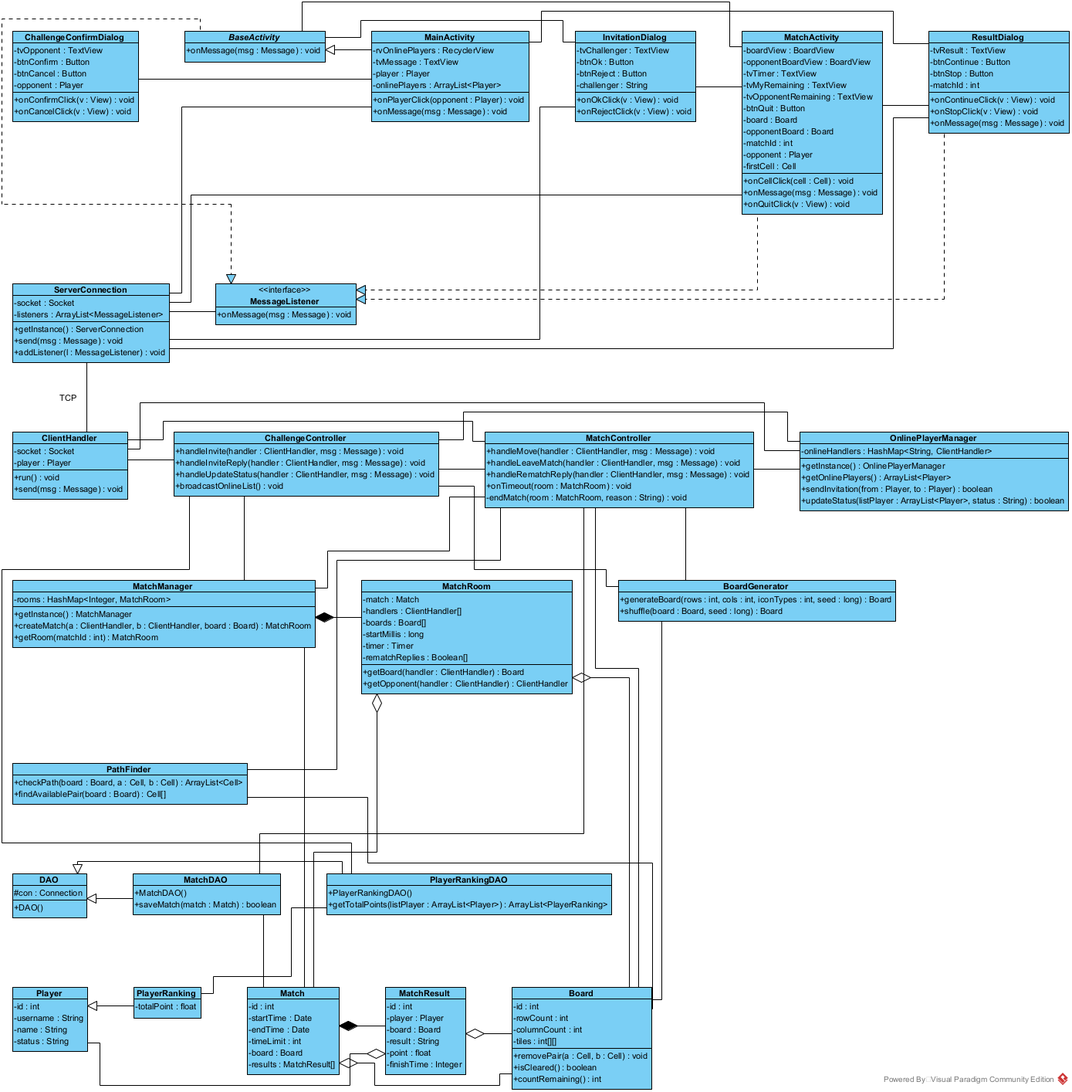
Before: docs/vp/png/class-design-m4.png, a diagram exported from PlantUML (VattenL/mobile-pikachu). Its source is kept beside it as docs/uml/pha3/class-design-m4.puml. The source it was exported from:
```plantuml
@startuml class-design-m4
title Biểu đồ lớp thiết kế - Modul Play Online Match

hide circle
hide empty members
skinparam shadowing false
skinparam linetype ortho
skinparam nodesep 30
skinparam ranksep 55
skinparam classFontSize 13
skinparam classAttributeFontSize 11
skinparam class {
  BorderColor #4A4A4A
  ArrowColor #4A4A4A
  FontColor #1A1A1A
}

class ChallengeConfirmDialog #E3F2FD {
  - tvOpponent : TextView
  - btnConfirm : Button
  - btnCancel : Button
  - opponent : Player
  + onConfirmClick(v : View) : void
  + onCancelClick(v : View) : void
}

abstract class BaseActivity #E3F2FD {
  + onMessage(msg : Message) : void
}

class MainActivity #E3F2FD {
  - rvOnlinePlayers : RecyclerView
  - tvMessage : TextView
  - player : Player
  - onlinePlayers : ArrayList<Player>
  + onPlayerClick(opponent : Player) : void
  + onMessage(msg : Message) : void
}

class InvitationDialog #E3F2FD {
  - tvChallenger : TextView
  - btnOk : Button
  - btnReject : Button
  - challenger : String
  + onOkClick(v : View) : void
  + onRejectClick(v : View) : void
}

class MatchActivity #E3F2FD {
  - boardView : BoardView
  - opponentBoardView : BoardView
  - tvTimer : TextView
  - tvMyRemaining : TextView
  - tvOpponentRemaining : TextView
  - btnQuit : Button
  - board : Board
  - opponentBoard : Board
  - matchId : int
  - opponent : Player
  - firstCell : Cell
  + onCellClick(cell : Cell) : void
  + onMessage(msg : Message) : void
  + onQuitClick(v : View) : void
}

class ResultDialog #E3F2FD {
  - tvResult : TextView
  - btnContinue : Button
  - btnStop : Button
  - matchId : int
  + onContinueClick(v : View) : void
  + onStopClick(v : View) : void
  + onMessage(msg : Message) : void
}

class ServerConnection #EDE7F6 {
  - socket : Socket
  - listeners : ArrayList<MessageListener>
  + getInstance() : ServerConnection
  + send(msg : Message) : void
  + addListener(l : MessageListener) : void
}

interface MessageListener #EDE7F6 {
  + onMessage(msg : Message) : void
}

class ClientHandler #E8F5E9 {
  - socket : Socket
  - player : Player
  + run() : void
  + send(msg : Message) : void
}

class ChallengeController #E8F5E9 {
  + handleInvite(handler : ClientHandler, msg : Message) : void
  + handleInviteReply(handler : ClientHandler, msg : Message) : void
  + handleUpdateStatus(handler : ClientHandler, msg : Message) : void
  + broadcastOnlineList() : void
}

class MatchController #E8F5E9 {
  + handleMove(handler : ClientHandler, msg : Message) : void
  + handleLeaveMatch(handler : ClientHandler, msg : Message) : void
  + handleRematchReply(handler : ClientHandler, msg : Message) : void
  + onTimeout(room : MatchRoom) : void
  - endMatch(room : MatchRoom, reason : String) : void
}

class OnlinePlayerManager #E8F5E9 {
  - onlineHandlers : HashMap<String, ClientHandler>
  + getInstance() : OnlinePlayerManager
  + getOnlinePlayers() : ArrayList<Player>
  + sendInvitation(from : Player, to : Player) : boolean
  + updateStatus(listPlayer : ArrayList<Player>, status : String) : boolean
}

class MatchManager #E8F5E9 {
  - rooms : HashMap<Integer, MatchRoom>
  + getInstance() : MatchManager
  + createMatch(a : ClientHandler, b : ClientHandler, board : Board) : MatchRoom
  + getRoom(matchId : int) : MatchRoom
}

class MatchRoom #E8F5E9 {
  - match : Match
  - handlers : ClientHandler[]
  - boards : Board[]
  - startMillis : long
  - timer : Timer
  - rematchReplies : Boolean[]
  + getBoard(handler : ClientHandler) : Board
  + getOpponent(handler : ClientHandler) : ClientHandler
}

class BoardGenerator #E8F5E9 {
  + generateBoard(rows : int, cols : int, iconTypes : int, seed : long) : Board
  + shuffle(board : Board, seed : long) : Board
}

class PathFinder #E8F5E9 {
  + checkPath(board : Board, a : Cell, b : Cell) : ArrayList<Cell>
  + findAvailablePair(board : Board) : Cell[]
}

class DAO #FFF8E1 {
  # con : Connection
  + DAO()
}

class MatchDAO #FFF8E1 {
  + MatchDAO()
  + saveMatch(match : Match) : boolean
}

class PlayerRankingDAO #FFF8E1 {
  + PlayerRankingDAO()
  + getTotalPoints(listPlayer : ArrayList<Player>) : ArrayList<PlayerRanking>
}

class Player #FFF3E0 {
  - id : int
  - username : String
  - name : String
  - status : String
}

class PlayerRanking #FFF3E0 {
  - totalPoint : float
}

class Match #FFF3E0 {
  - id : int
  - startTime : Date
  - endTime : Date
  - timeLimit : int
  - board : Board
  - results : MatchResult[]
}

class MatchResult #FFF3E0 {
  - id : int
  - player : Player
  - board : Board
  - result : String
  - point : float
  - finishTime : Integer
}

class Board #FFF3E0 {
  - id : int
  - rowCount : int
  - columnCount : int
  - tiles : int[][]
  + removePair(a : Cell, b : Cell) : void
  + isCleared() : boolean
  + countRemaining() : int
}

MainActivity -left- ChallengeConfirmDialog
BaseActivity -right- InvitationDialog
InvitationDialog -right- MatchActivity
MatchActivity -right- ResultDialog
ResultDialog -[norank]- MainActivity
MainActivity -up-|> BaseActivity
BaseActivity ..|> MessageListener
MatchActivity ..|> MessageListener
ResultDialog ..|> MessageListener
BaseActivity -[norank]- MatchActivity

MainActivity -down- ServerConnection
InvitationDialog -down- ServerConnection
MatchActivity -down- ServerConnection
ResultDialog -down- ServerConnection
ServerConnection -right- MessageListener

ServerConnection -down- ClientHandler : TCP
ClientHandler -down- ChallengeController
ClientHandler -down- MatchController
ChallengeController -down- OnlinePlayerManager
ChallengeController -down- MatchManager
ChallengeController -down- BoardGenerator
MatchController -down- MatchManager
MatchController -down- PathFinder
MatchController -down- BoardGenerator
MatchController -[norank]- OnlinePlayerManager
MatchController -[norank]- ChallengeController
OnlinePlayerManager -[norank]- ClientHandler
MatchController -[norank]- Board
MatchManager -[norank]- Match
BoardGenerator -[norank]- Board
MatchManager *-down- MatchRoom

ChallengeController -[norank]- PlayerRankingDAO
MatchController -[norank]- MatchDAO
DAO <|-down- MatchDAO
DAO <|-down- PlayerRankingDAO

MatchDAO -down- Match
PlayerRankingDAO -down- PlayerRanking
MatchRoom o-down- Match
MatchRoom o-down- Board
Match *-right- MatchResult
MatchResult o-right- Player
PlayerRanking -down-|> Player
Match o-down- Board
MatchResult o-[norank]- Board
PathFinder -[norank]- Board
@enduml
```
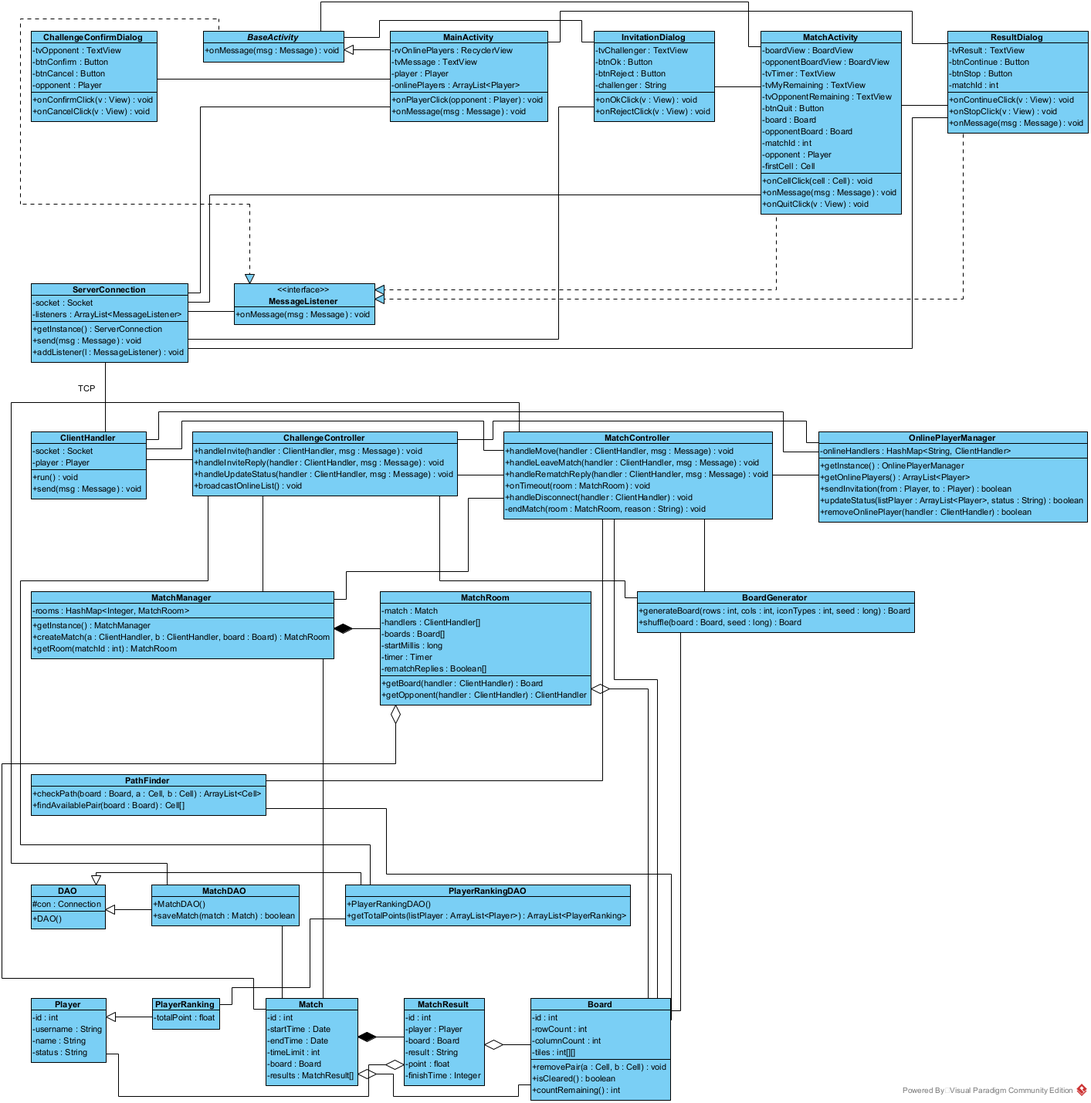
Later version of the same file.

Change to the diagram source:
```diff
@@ -104,6 +104,7 @@
   + handleLeaveMatch(handler : ClientHandler, msg : Message) : void
   + handleRematchReply(handler : ClientHandler, msg : Message) : void
   + onTimeout(room : MatchRoom) : void
+  + handleDisconnect(handler : ClientHandler) : void
   - endMatch(room : MatchRoom, reason : String) : void
 }
 
@@ -113,6 +114,7 @@
   + getOnlinePlayers() : ArrayList<Player>
   + sendInvitation(from : Player, to : Player) : boolean
   + updateStatus(listPlayer : ArrayList<Player>, status : String) : boolean
+  + removeOnlinePlayer(handler : ClientHandler) : boolean
 }
 
 class MatchManager #E8F5E9 {
```
